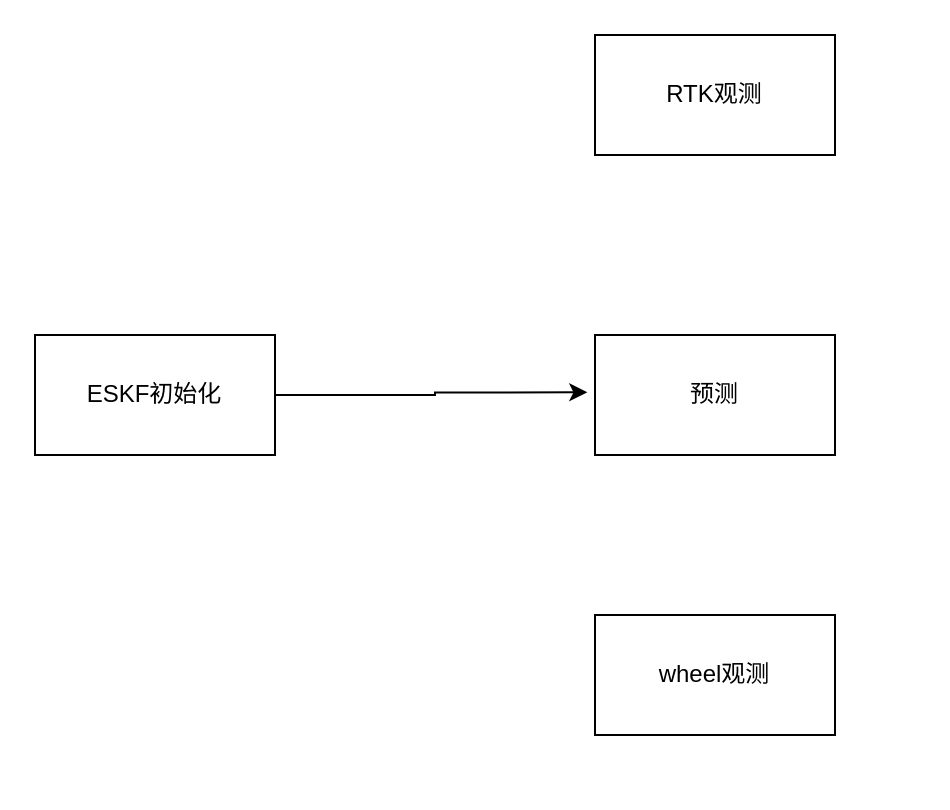
wqqhao123/cmake-demo keeps this draw.io diagram as Untitled Diagram.drawio. Above is the earlier version. Source tidied: cells renumbered, new cells numbered last; positions are measured from the earlier drawing's top-left corner, leaving out a move shared by most shapes. Both pictures are drawn from the tidied source at 200%, with x=0, y=0 at pixel (34, 34).
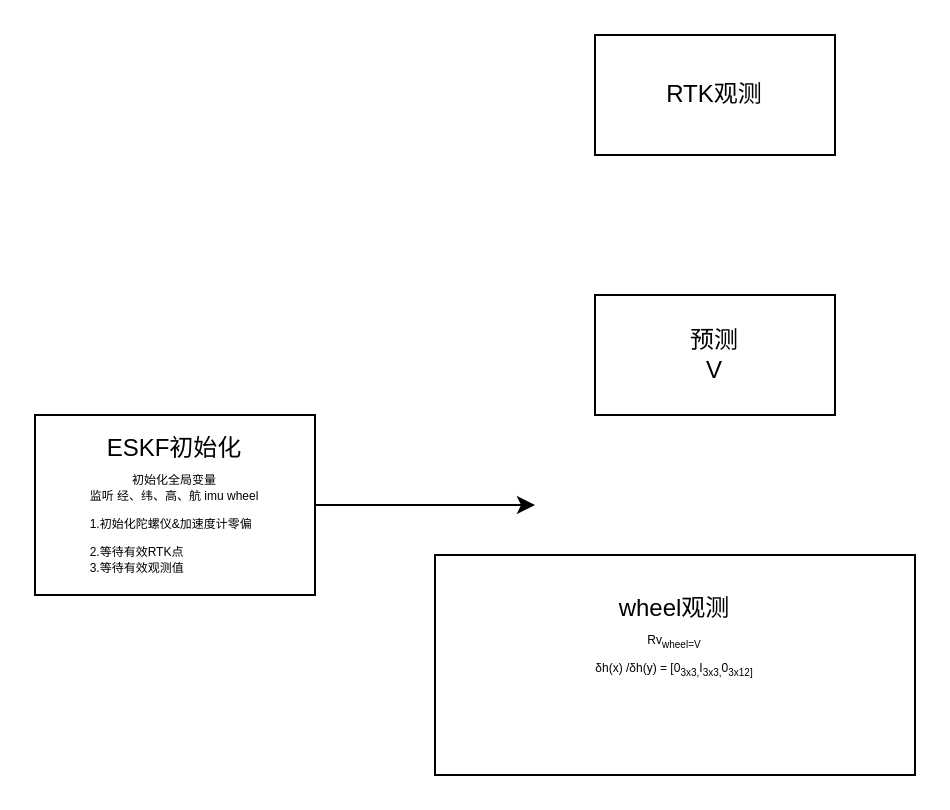
Above is the later version.

The edit, as a diff of the source:
```diff
@@
 <mxGraphModel>
   <root>
     <mxCell id="0" />
     <mxCell id="1" parent="0" />
-    <mxCell id="2" value="预测" style="rounded=0;whiteSpace=wrap;html=1;" parent="1" vertex="1">
-      <mxGeometry x="280" y="150" width="120" height="60" as="geometry" />
+    <mxCell id="2" value="预测&lt;br&gt;V" style="rounded=0;whiteSpace=wrap;html=1;" parent="1" vertex="1">
+      <mxGeometry x="280" y="130" width="120" height="60" as="geometry" />
     </mxCell>
     <mxCell id="3" value="RTK观测&lt;br&gt;" style="rounded=0;whiteSpace=wrap;html=1;" parent="1" vertex="1">
       <mxGeometry x="280" width="120" height="60" as="geometry" />
     </mxCell>
-    <mxCell id="4" value="wheel观测" style="rounded=0;whiteSpace=wrap;html=1;" parent="1" vertex="1">
-      <mxGeometry x="280" y="290" width="120" height="60" as="geometry" />
+    <mxCell id="4" value="wheel观测&lt;br&gt;&lt;font style=&quot;font-size: 6px;&quot;&gt;Rv&lt;sub&gt;wheel=V&lt;br&gt;&lt;/sub&gt;&lt;/font&gt;&lt;font style=&quot;font-size: 6px;&quot;&gt;δh(x) /δh(y) = [0&lt;sub&gt;3x3,&lt;/sub&gt;I&lt;sub style=&quot;border-color: var(--border-color);&quot;&gt;3x3,&lt;/sub&gt;&lt;span style=&quot;border-color: var(--border-color);&quot;&gt;0&lt;sub style=&quot;vertical-align: sub; border-color: var(--border-color);&quot;&gt;3x12&lt;/sub&gt;&lt;sub&gt;]&lt;/sub&gt;&lt;br&gt;&lt;/span&gt;&lt;sub&gt;&lt;br&gt;&lt;/sub&gt;&lt;br&gt;&lt;/font&gt;" style="rounded=0;whiteSpace=wrap;html=1;" parent="1" vertex="1">
+      <mxGeometry x="200" y="260" width="240" height="110" as="geometry" />
     </mxCell>
-    <mxCell id="5" style="edgeStyle=orthogonalEdgeStyle;rounded=0;jettySize=auto;html=1;entryX=-0.032;entryY=0.478;entryDx=0;entryDy=0;entryPerimeter=0;" parent="1" edge="1" source="6" target="2">
-      <mxGeometry relative="1" as="geometry" />
-    </mxCell>
+    <mxCell id="7" style="edgeStyle=orthogonalEdgeStyle;rounded=0;jettySize=auto;html=1;" parent="1" edge="1" source="6">
+      <mxGeometry relative="1" as="geometry">
+        <mxPoint x="250" y="235" as="targetPoint" />
+      </mxGeometry>
+    </mxCell>
-    <mxCell id="6" value="ESKF初始化" style="rounded=0;whiteSpace=wrap;html=1;" parent="1" vertex="1">
-      <mxGeometry y="150" width="120" height="60" as="geometry" />
+    <mxCell id="6" value="ESKF初始化&lt;br&gt;&lt;font style=&quot;font-size: 6px;&quot;&gt;初始化全局变量&lt;br&gt;&lt;div style=&quot;text-align: left;&quot;&gt;&lt;span style=&quot;background-color: initial;&quot;&gt;监听 经、纬、高、航 imu wheel&lt;/span&gt;&lt;/div&gt;&lt;/font&gt;&lt;div style=&quot;text-align: left;&quot;&gt;&lt;font style=&quot;background-color: initial; font-size: 6px;&quot;&gt;1&lt;/font&gt;&lt;font style=&quot;background-color: initial;&quot;&gt;&lt;font style=&quot;font-size: 6px;&quot;&gt;.初始化陀螺仪&amp;amp;加速度计零偏&lt;/font&gt;&lt;/font&gt;&lt;/div&gt;&lt;font style=&quot;&quot;&gt;&lt;div style=&quot;text-align: left;&quot;&gt;&lt;span style=&quot;font-size: 6px; background-color: initial;&quot;&gt;2.等待有效RTK点&lt;/span&gt;&lt;/div&gt;&lt;span style=&quot;font-size: 6px;&quot;&gt;&lt;div style=&quot;text-align: left;&quot;&gt;&lt;span style=&quot;background-color: initial;&quot;&gt;3.等待有效观测值&lt;/span&gt;&lt;/div&gt;&lt;/span&gt;&lt;/font&gt;" style="rounded=0;whiteSpace=wrap;html=1;" parent="1" vertex="1">
+      <mxGeometry y="190" width="140" height="90" as="geometry" />
     </mxCell>
   </root>
 </mxGraphModel>
```
